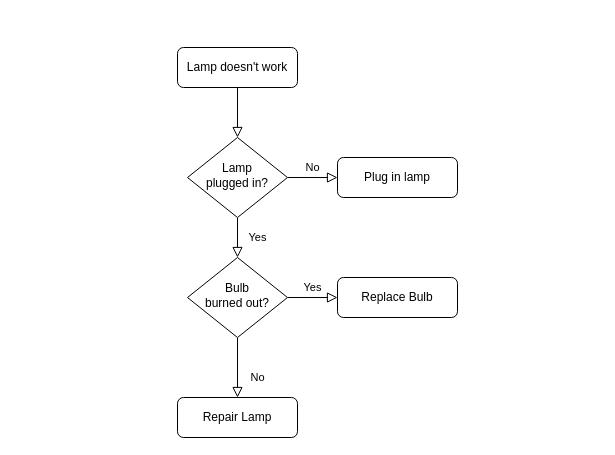
The draw.io diagram 0x14-bit_manipulation/Untitled Diagram.drawio in Cheto02/alx-low_level_programming, before the edit. Source tidied: cells renumbered, new cells numbered last; positions are measured from the earlier drawing's top-left corner, leaving out a move shared by most shapes. Both pictures are drawn from the tidied source at 100%, with x=0, y=0 at pixel (177, 47).
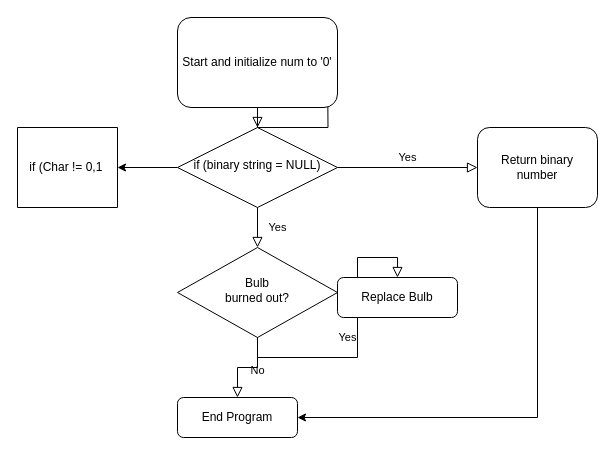
Above is the later version.

Commit message:
Update Binary to Int Diagram.drawio

The edit, as a diff of the source:
```diff
@@
 <mxGraphModel>
   <root>
     <mxCell id="0" />
     <mxCell id="1" parent="0" />
     <mxCell id="2" style="rounded=0;html=1;jettySize=auto;fontSize=11;endArrow=block;endFill=0;endSize=8;strokeWidth=1;shadow=0;labelBackgroundColor=none;edgeStyle=orthogonalEdgeStyle;" parent="1" edge="1" source="3" target="6">
       <mxGeometry relative="1" as="geometry" />
     </mxCell>
+    <mxCell id="13" style="edgeStyle=orthogonalEdgeStyle;rounded=0;jettySize=auto;html=1;" parent="1" edge="1" source="3">
+      <mxGeometry relative="1" as="geometry">
+        <mxPoint x="150" y="15" as="targetPoint" />
+      </mxGeometry>
+    </mxCell>
-    <mxCell id="3" value="Lamp doesn't work" style="rounded=1;whiteSpace=wrap;html=1;fontSize=12;glass=0;strokeWidth=1;shadow=0;" parent="1" vertex="1">
-      <mxGeometry width="120" height="40" as="geometry" />
+    <mxCell id="3" value="Start and initialize num to '0'" style="rounded=1;whiteSpace=wrap;html=1;fontSize=12;glass=0;strokeWidth=1;shadow=0;" parent="1" vertex="1">
+      <mxGeometry y="-30" width="160" height="90" as="geometry" />
     </mxCell>
     <mxCell id="4" value="Yes" style="rounded=0;html=1;jettySize=auto;fontSize=11;endArrow=block;endFill=0;endSize=8;strokeWidth=1;shadow=0;labelBackgroundColor=none;edgeStyle=orthogonalEdgeStyle;" parent="1" edge="1" source="6" target="10">
       <mxGeometry y="20" relative="1" as="geometry" />
     </mxCell>
-    <mxCell id="5" value="No" style="edgeStyle=orthogonalEdgeStyle;rounded=0;html=1;jettySize=auto;fontSize=11;endArrow=block;endFill=0;endSize=8;strokeWidth=1;shadow=0;labelBackgroundColor=none;" parent="1" edge="1" source="6" target="7">
+    <mxCell id="5" value="Yes" style="edgeStyle=orthogonalEdgeStyle;rounded=0;html=1;jettySize=auto;fontSize=11;endArrow=block;endFill=0;endSize=8;strokeWidth=1;shadow=0;labelBackgroundColor=none;" parent="1" edge="1" source="6" target="7">
       <mxGeometry y="10" relative="1" as="geometry" />
     </mxCell>
+    <mxCell id="14" style="edgeStyle=orthogonalEdgeStyle;rounded=0;jettySize=auto;html=1;" parent="1" edge="1" source="6" target="16">
+      <mxGeometry relative="1" as="geometry" />
+    </mxCell>
-    <mxCell id="6" value="Lamp&lt;br&gt;plugged in?" style="rhombus;whiteSpace=wrap;html=1;shadow=0;fontFamily=Helvetica;fontSize=12;align=center;strokeWidth=1;spacing=6;spacingTop=-4;" parent="1" vertex="1">
-      <mxGeometry x="10" y="90" width="100" height="80" as="geometry" />
+    <mxCell id="6" value="if (binary string = NULL)" style="rhombus;whiteSpace=wrap;html=1;shadow=0;fontFamily=Helvetica;fontSize=12;align=center;strokeWidth=1;spacing=6;spacingTop=-4;" parent="1" vertex="1">
+      <mxGeometry y="80" width="160" height="80" as="geometry" />
     </mxCell>
+    <mxCell id="15" style="edgeStyle=orthogonalEdgeStyle;rounded=0;jettySize=auto;html=1;entryX=1;entryY=0.5;entryDx=0;entryDy=0;" parent="1" edge="1" source="7" target="11">
+      <mxGeometry relative="1" as="geometry">
+        <Array as="points">
+          <mxPoint x="360" y="370" />
+        </Array>
+      </mxGeometry>
+    </mxCell>
-    <mxCell id="7" value="Plug in lamp" style="rounded=1;whiteSpace=wrap;html=1;fontSize=12;glass=0;strokeWidth=1;shadow=0;" parent="1" vertex="1">
-      <mxGeometry x="160" y="110" width="120" height="40" as="geometry" />
+    <mxCell id="7" value="Return binary &lt;br&gt;number" style="rounded=1;whiteSpace=wrap;html=1;fontSize=12;glass=0;strokeWidth=1;shadow=0;" parent="1" vertex="1">
+      <mxGeometry x="300" y="80" width="120" height="80" as="geometry" />
     </mxCell>
     <mxCell id="8" value="No" style="rounded=0;html=1;jettySize=auto;fontSize=11;endArrow=block;endFill=0;endSize=8;strokeWidth=1;shadow=0;labelBackgroundColor=none;edgeStyle=orthogonalEdgeStyle;" parent="1" edge="1" source="10" target="11">
       <mxGeometry x="0.33" y="20" relative="1" as="geometry" />
     </mxCell>
     <mxCell id="9" value="Yes" style="edgeStyle=orthogonalEdgeStyle;rounded=0;html=1;jettySize=auto;fontSize=11;endArrow=block;endFill=0;endSize=8;strokeWidth=1;shadow=0;labelBackgroundColor=none;" parent="1" edge="1" source="10" target="12">
       <mxGeometry y="10" relative="1" as="geometry" />
     </mxCell>
     <mxCell id="10" value="Bulb&lt;br&gt;burned out?" style="rhombus;whiteSpace=wrap;html=1;shadow=0;fontFamily=Helvetica;fontSize=12;align=center;strokeWidth=1;spacing=6;spacingTop=-4;" parent="1" vertex="1">
-      <mxGeometry x="10" y="210" width="100" height="80" as="geometry" />
+      <mxGeometry y="200" width="160" height="90" as="geometry" />
     </mxCell>
-    <mxCell id="11" value="Repair Lamp" style="rounded=1;whiteSpace=wrap;html=1;fontSize=12;glass=0;strokeWidth=1;shadow=0;" parent="1" vertex="1">
+    <mxCell id="11" value="End Program" style="rounded=1;whiteSpace=wrap;html=1;fontSize=12;glass=0;strokeWidth=1;shadow=0;" parent="1" vertex="1">
       <mxGeometry y="350" width="120" height="40" as="geometry" />
     </mxCell>
     <mxCell id="12" value="Replace Bulb" style="rounded=1;whiteSpace=wrap;html=1;fontSize=12;glass=0;strokeWidth=1;shadow=0;" parent="1" vertex="1">
       <mxGeometry x="160" y="230" width="120" height="40" as="geometry" />
     </mxCell>
+    <mxCell id="16" style="swimlane;startSize=0;" parent="1" vertex="1">
+      <mxGeometry x="-160" y="80" width="100" height="80" as="geometry" />
+    </mxCell>
+    <mxCell id="17" value="if (Char != 0,1&amp;nbsp;" style="text;html=1;align=center;verticalAlign=middle;strokeColor=none;fillColor=none;" parent="16" vertex="1">
+      <mxGeometry y="25" width="100" height="30" as="geometry" />
+    </mxCell>
   </root>
 </mxGraphModel>
```
